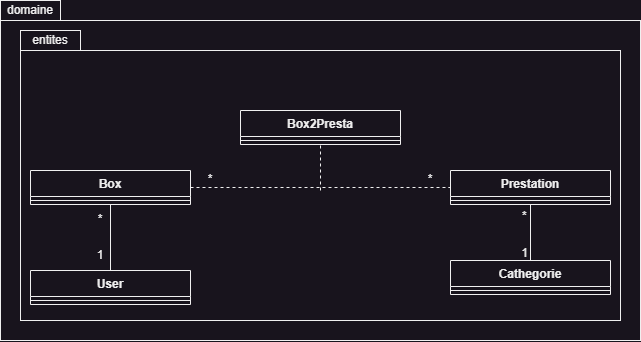
The draw.io diagram TD6/ModDomaineSombre.drawio.png in Aliec-AQ/Architecture-Logicielle, before a commit. Source tidied: cells renumbered, new cells last; positions are measured from the earlier drawing's top-left corner, leaving out a move shared by most shapes.
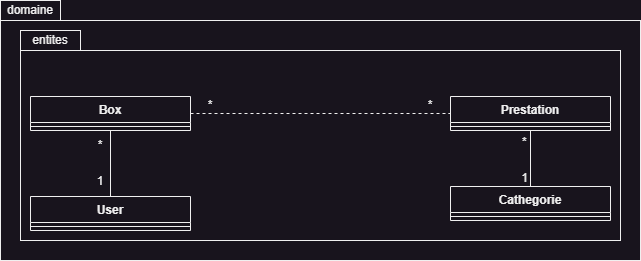
The same file after the commit.

The edit, as a diff of the source:
```diff
@@ -3,10 +3,10 @@
     <mxCell id="0" />
     <mxCell id="1" parent="0" />
     <mxCell id="2" value="domaine" style="rounded=0;whiteSpace=wrap;html=1;" parent="1" vertex="1">
-      <mxGeometry width="60" height="20" as="geometry" />
+      <mxGeometry y="74" width="60" height="20" as="geometry" />
     </mxCell>
     <mxCell id="3" style="rounded=0;whiteSpace=wrap;html=1;" parent="1" vertex="1">
-      <mxGeometry y="20" width="640" height="320" as="geometry" />
+      <mxGeometry y="94" width="640" height="240" as="geometry" />
     </mxCell>
     <mxCell id="4" value="Box" style="swimlane;fontStyle=1;align=center;verticalAlign=top;horizontal=1;startSize=26;whiteSpace=wrap;html=1;" parent="1" vertex="1">
       <mxGeometry x="30" y="170" width="160" height="34" as="geometry" />
@@ -32,12 +32,6 @@
     <mxCell id="11" style="line;strokeWidth=1;fillColor=none;align=left;verticalAlign=middle;spacingTop=-1;spacingLeft=3;spacingRight=3;labelPosition=right;strokeColor=inherit;" parent="10" vertex="1">
       <mxGeometry y="26" width="160" height="8" as="geometry" />
     </mxCell>
-    <mxCell id="12" value="Box2Presta" style="swimlane;fontStyle=1;align=center;verticalAlign=top;horizontal=1;startSize=26;whiteSpace=wrap;html=1;" parent="1" vertex="1">
-      <mxGeometry x="240" y="110" width="160" height="34" as="geometry" />
-    </mxCell>
-    <mxCell id="13" style="line;strokeWidth=1;fillColor=none;align=left;verticalAlign=middle;spacingTop=-1;spacingLeft=3;spacingRight=3;labelPosition=right;strokeColor=inherit;" parent="12" vertex="1">
-      <mxGeometry y="26" width="160" height="8" as="geometry" />
-    </mxCell>
     <mxCell id="14" style="endArrow=none;startArrow=none;endFill=0;startFill=0;html=1;rounded=0;exitX=0.5;exitY=0;exitDx=0;exitDy=0;entryX=0.5;entryY=1;entryDx=0;entryDy=0;" parent="1" edge="1" source="10" target="4">
       <mxGeometry relative="1" as="geometry" />
     </mxCell>
@@ -50,11 +44,6 @@
     <mxCell id="17" style="endArrow=none;startArrow=none;endFill=0;startFill=0;html=1;rounded=0;entryX=0;entryY=0.5;entryDx=0;entryDy=0;exitX=1;exitY=0.5;exitDx=0;exitDy=0;dashed=1;" parent="1" edge="1" source="4" target="6">
       <mxGeometry relative="1" as="geometry" />
     </mxCell>
-    <mxCell id="18" style="endArrow=none;html=1;rounded=0;entryX=0.5;entryY=1;entryDx=0;entryDy=0;endSize=6;sourcePerimeterSpacing=0;dashed=1;" parent="1" edge="1" target="12">
-      <mxGeometry relative="1" as="geometry">
-        <mxPoint x="320" y="190" as="sourcePoint" />
-      </mxGeometry>
-    </mxCell>
     <mxCell id="19" value="*" style="text;html=1;align=center;verticalAlign=middle;whiteSpace=wrap;rounded=0;" parent="1" vertex="1">
       <mxGeometry x="400" y="164" width="60" height="30" as="geometry" />
     </mxCell>
@@ -75,10 +64,10 @@
       </mxGeometry>
     </mxCell>
     <mxCell id="24" style="rounded=0;whiteSpace=wrap;html=1;fillColor=none;" parent="1" vertex="1">
-      <mxGeometry x="20" y="50" width="600" height="270" as="geometry" />
+      <mxGeometry x="20" y="124" width="600" height="190" as="geometry" />
     </mxCell>
     <mxCell id="25" value="entites" style="rounded=0;whiteSpace=wrap;html=1;" parent="1" vertex="1">
-      <mxGeometry x="20" y="30" width="60" height="20" as="geometry" />
+      <mxGeometry x="20" y="104" width="60" height="20" as="geometry" />
     </mxCell>
   </root>
 </mxGraphModel>
```
